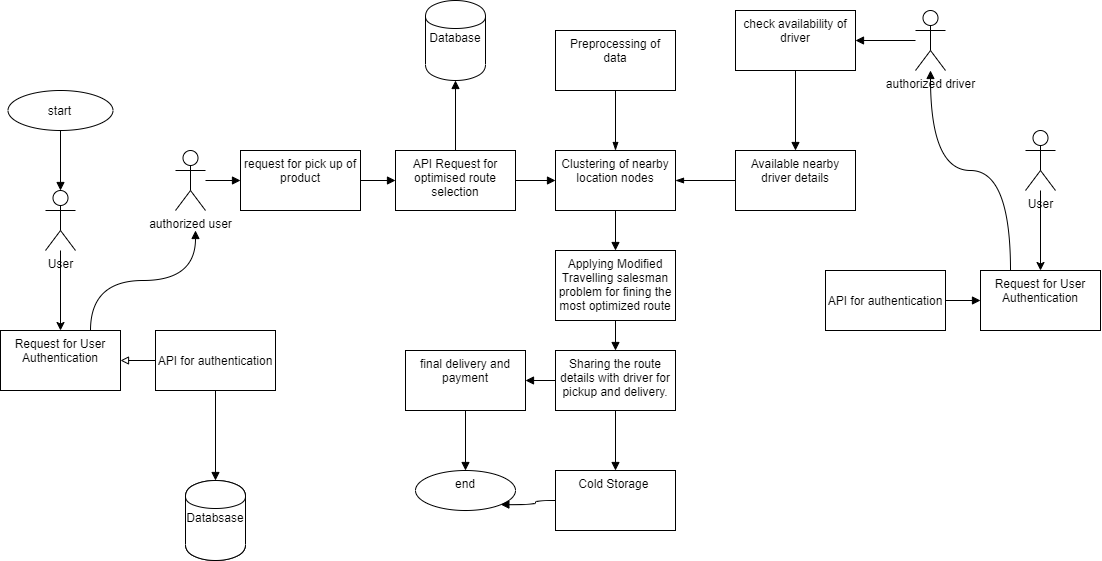
Above: documents/Diagrams/architectural diagram.png in meetb007/kissan-bandhu (draw.io), before the change. Source tidied: cells renumbered, new cells last; positions are measured from the earlier drawing's top-left corner, leaving out a move shared by most shapes.
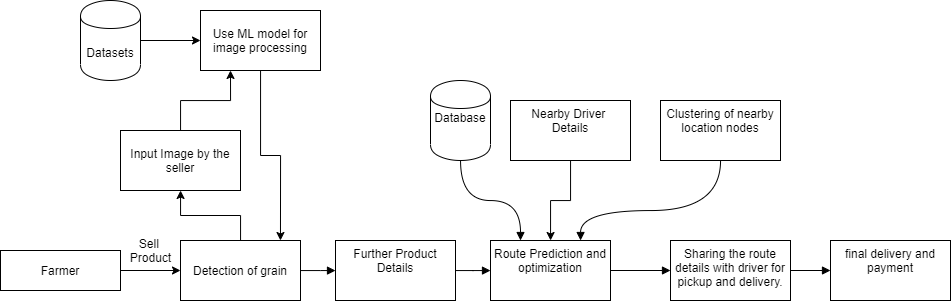
Later version of the same file.

Diff of the diagram source:
```diff
@@ -2,142 +2,87 @@
   <root>
     <mxCell id="0" />
     <mxCell id="1" parent="0" />
-    <mxCell id="2" style="edgeStyle=orthogonalEdgeStyle;rounded=0;jettySize=auto;html=1;" parent="1" edge="1" source="3" target="7">
-      <mxGeometry relative="1" as="geometry" />
-    </mxCell>
-    <mxCell id="3" value="User" style="shape=umlActor;verticalLabelPosition=bottom;verticalAlign=top;html=1;outlineConnect=0;" parent="1" vertex="1">
-      <mxGeometry x="45" y="190" width="30" height="60" as="geometry" />
-    </mxCell>
-    <mxCell id="4" style="edgeStyle=orthogonalEdgeStyle;rounded=0;jettySize=auto;html=1;entryX=0;entryY=0.5;entryDx=0;entryDy=0;endArrow=none;endFill=0;startArrow=block;startFill=0;" parent="1" edge="1" source="7" target="8">
-      <mxGeometry relative="1" as="geometry" />
-    </mxCell>
-    <mxCell id="5" style="edgeStyle=orthogonalEdgeStyle;curved=1;rounded=0;jettySize=auto;html=1;exitX=0.75;exitY=0;exitDx=0;exitDy=0;startArrow=none;startFill=0;endArrow=block;endFill=1;" parent="1" edge="1" source="7">
-      <mxGeometry relative="1" as="geometry">
-        <mxPoint x="195" y="230" as="targetPoint" />
-      </mxGeometry>
-    </mxCell>
-    <mxCell id="6" style="edgeStyle=orthogonalEdgeStyle;curved=1;rounded=0;jettySize=auto;html=1;startArrow=none;startFill=0;endArrow=block;endFill=1;exitX=0.5;exitY=1;exitDx=0;exitDy=0;" parent="1" edge="1" source="8" target="41">
-      <mxGeometry relative="1" as="geometry" />
-    </mxCell>
-    <mxCell id="7" value="Request for User Authentication" style="whiteSpace=wrap;html=1;verticalAlign=top;" parent="1" vertex="1">
-      <mxGeometry y="330" width="120" height="60" as="geometry" />
-    </mxCell>
-    <mxCell id="8" value="API for authentication" style="rounded=0;whiteSpace=wrap;html=1;" parent="1" vertex="1">
-      <mxGeometry x="155" y="330" width="120" height="60" as="geometry" />
-    </mxCell>
-    <mxCell id="9" style="edgeStyle=orthogonalEdgeStyle;curved=1;rounded=0;jettySize=auto;html=1;startArrow=none;startFill=0;endArrow=block;endFill=1;" parent="1" edge="1" source="10" target="12">
-      <mxGeometry relative="1" as="geometry" />
+    <mxCell id="9" style="edgeStyle=orthogonalEdgeStyle;curved=1;rounded=0;jettySize=auto;html=1;startArrow=none;startFill=0;endArrow=block;endFill=1;" parent="1" edge="1" target="12">
+      <mxGeometry relative="1" as="geometry">
+        <mxPoint x="205" y="180.1" as="sourcePoint" />
+      </mxGeometry>
     </mxCell>
-    <mxCell id="10" value="authorized user" style="shape=umlActor;verticalLabelPosition=bottom;verticalAlign=top;html=1;outlineConnect=0;" parent="1" vertex="1">
-      <mxGeometry x="175" y="150" width="30" height="60" as="geometry" />
-    </mxCell>
     <mxCell id="11" style="edgeStyle=orthogonalEdgeStyle;curved=1;rounded=0;jettySize=auto;html=1;startArrow=none;startFill=0;endArrow=block;endFill=1;" parent="1" edge="1" source="12" target="15">
       <mxGeometry relative="1" as="geometry" />
     </mxCell>
-    <mxCell id="12" value="request for pick up of product" style="whiteSpace=wrap;html=1;verticalAlign=top;" parent="1" vertex="1">
+    <mxCell id="12" value="Further Product Details" style="whiteSpace=wrap;html=1;verticalAlign=top;" parent="1" vertex="1">
       <mxGeometry x="240" y="150" width="120" height="60" as="geometry" />
     </mxCell>
-    <mxCell id="13" style="edgeStyle=orthogonalEdgeStyle;curved=1;rounded=0;jettySize=auto;html=1;startArrow=none;startFill=0;endArrow=block;endFill=1;" parent="1" edge="1" source="15" target="16">
+    <mxCell id="13" style="edgeStyle=orthogonalEdgeStyle;curved=1;rounded=0;jettySize=auto;html=1;startArrow=none;startFill=0;endArrow=block;endFill=1;entryX=0.25;entryY=0;entryDx=0;entryDy=0;" parent="1" edge="1" source="16" target="15">
       <mxGeometry relative="1" as="geometry" />
     </mxCell>
-    <mxCell id="14" style="edgeStyle=orthogonalEdgeStyle;curved=1;rounded=0;jettySize=auto;html=1;startArrow=none;startFill=0;endArrow=block;endFill=1;" parent="1" edge="1" source="15" target="20">
-      <mxGeometry relative="1" as="geometry" />
+    <mxCell id="14" style="edgeStyle=orthogonalEdgeStyle;curved=1;rounded=0;jettySize=auto;html=1;startArrow=none;startFill=0;endArrow=block;endFill=1;" parent="1" edge="1" source="20" target="15">
+      <mxGeometry relative="1" as="geometry">
+        <Array as="points">
+          <mxPoint x="625" y="120" />
+          <mxPoint x="485" y="120" />
+        </Array>
+      </mxGeometry>
     </mxCell>
+    <mxCell id="47" style="edgeStyle=orthogonalEdgeStyle;rounded=0;jettySize=auto;html=1;" parent="1" edge="1" source="59" target="15">
+      <mxGeometry relative="1" as="geometry" />
+    </mxCell>
-    <mxCell id="15" value="API Request for optimised route selection" style="whiteSpace=wrap;html=1;verticalAlign=top;" parent="1" vertex="1">
+    <mxCell id="15" value="Route Prediction and optimization" style="whiteSpace=wrap;html=1;verticalAlign=top;" parent="1" vertex="1">
       <mxGeometry x="395" y="150" width="120" height="60" as="geometry" />
     </mxCell>
     <mxCell id="16" value="Database" style="shape=cylinder;whiteSpace=wrap;html=1;boundedLbl=1;backgroundOutline=1;verticalAlign=top;" parent="1" vertex="1">
-      <mxGeometry x="425" width="60" height="80" as="geometry" />
+      <mxGeometry x="335" y="-10" width="60" height="80" as="geometry" />
     </mxCell>
-    <mxCell id="17" style="edgeStyle=orthogonalEdgeStyle;curved=1;rounded=0;jettySize=auto;html=1;startArrow=none;startFill=0;endArrow=block;endFill=1;" parent="1" edge="1" source="20" target="22">
-      <mxGeometry relative="1" as="geometry" />
-    </mxCell>
-    <mxCell id="18" style="edgeStyle=orthogonalEdgeStyle;curved=1;rounded=0;jettySize=auto;html=1;startArrow=blockThin;startFill=1;endArrow=none;endFill=0;" parent="1" edge="1" source="20" target="23">
-      <mxGeometry relative="1" as="geometry" />
-    </mxCell>
-    <mxCell id="19" style="edgeStyle=orthogonalEdgeStyle;curved=1;rounded=0;jettySize=auto;html=1;startArrow=blockThin;startFill=1;endArrow=none;endFill=0;" parent="1" edge="1" source="20" target="24">
-      <mxGeometry relative="1" as="geometry" />
-    </mxCell>
     <mxCell id="20" value="Clustering of nearby location nodes" style="whiteSpace=wrap;html=1;verticalAlign=top;" parent="1" vertex="1">
-      <mxGeometry x="555" y="150" width="120" height="60" as="geometry" />
+      <mxGeometry x="565" y="10" width="120" height="60" as="geometry" />
     </mxCell>
-    <mxCell id="21" style="edgeStyle=orthogonalEdgeStyle;curved=1;rounded=0;jettySize=auto;html=1;startArrow=none;startFill=0;endArrow=block;endFill=1;" parent="1" edge="1" source="22" target="27">
+    <mxCell id="21" style="edgeStyle=orthogonalEdgeStyle;curved=1;rounded=0;jettySize=auto;html=1;startArrow=none;startFill=0;endArrow=block;endFill=1;exitX=1;exitY=0.5;exitDx=0;exitDy=0;" parent="1" edge="1" source="15" target="27">
       <mxGeometry relative="1" as="geometry" />
     </mxCell>
-    <mxCell id="22" value="Applying Modified Travelling salesman problem for fining the most optimized route" style="whiteSpace=wrap;html=1;verticalAlign=top;" parent="1" vertex="1">
-      <mxGeometry x="555" y="250" width="120" height="70" as="geometry" />
-    </mxCell>
-    <mxCell id="23" value="Available nearby driver details" style="whiteSpace=wrap;html=1;verticalAlign=top;" parent="1" vertex="1">
-      <mxGeometry x="735" y="150" width="120" height="60" as="geometry" />
-    </mxCell>
-    <mxCell id="24" value="Preprocessing of&lt;br&gt;data" style="whiteSpace=wrap;html=1;verticalAlign=top;" parent="1" vertex="1">
-      <mxGeometry x="555" y="30" width="120" height="60" as="geometry" />
-    </mxCell>
-    <mxCell id="25" style="edgeStyle=orthogonalEdgeStyle;curved=1;rounded=0;jettySize=auto;html=1;startArrow=none;startFill=0;endArrow=block;endFill=1;" parent="1" edge="1" source="27" target="31">
+    <mxCell id="25" style="edgeStyle=orthogonalEdgeStyle;rounded=0;jettySize=auto;html=1;startArrow=none;startFill=0;endArrow=block;endFill=1;" parent="1" edge="1" source="27" target="31">
       <mxGeometry relative="1" as="geometry" />
     </mxCell>
-    <mxCell id="26" style="edgeStyle=orthogonalEdgeStyle;curved=1;rounded=0;jettySize=auto;html=1;startArrow=none;startFill=0;endArrow=block;endFill=1;" parent="1" edge="1" source="27" target="46">
-      <mxGeometry relative="1" as="geometry" />
-    </mxCell>
     <mxCell id="27" value="Sharing the route details with driver for pickup and delivery." style="whiteSpace=wrap;html=1;verticalAlign=top;" parent="1" vertex="1">
-      <mxGeometry x="555" y="350" width="120" height="60" as="geometry" />
+      <mxGeometry x="575" y="150" width="120" height="60" as="geometry" />
     </mxCell>
-    <mxCell id="28" style="edgeStyle=orthogonalEdgeStyle;curved=1;rounded=0;jettySize=auto;html=1;startArrow=none;startFill=0;endArrow=block;endFill=1;" parent="1" edge="1" source="29" target="3">
-      <mxGeometry relative="1" as="geometry" />
-    </mxCell>
-    <mxCell id="29" value="start" style="ellipse;whiteSpace=wrap;html=1;" parent="1" vertex="1">
-      <mxGeometry x="7.5" y="90" width="105" height="40" as="geometry" />
-    </mxCell>
-    <mxCell id="30" style="edgeStyle=orthogonalEdgeStyle;curved=1;rounded=0;jettySize=auto;html=1;startArrow=none;startFill=0;endArrow=block;endFill=1;" parent="1" edge="1" source="31" target="32">
-      <mxGeometry relative="1" as="geometry" />
-    </mxCell>
     <mxCell id="31" value="final delivery and payment" style="whiteSpace=wrap;html=1;verticalAlign=top;" parent="1" vertex="1">
-      <mxGeometry x="405" y="350" width="120" height="60" as="geometry" />
+      <mxGeometry x="735" y="150" width="120" height="60" as="geometry" />
     </mxCell>
-    <mxCell id="32" value="end" style="ellipse;whiteSpace=wrap;html=1;verticalAlign=top;" parent="1" vertex="1">
-      <mxGeometry x="415" y="470" width="100" height="40" as="geometry" />
-    </mxCell>
-    <mxCell id="33" style="edgeStyle=orthogonalEdgeStyle;rounded=0;jettySize=auto;html=1;" parent="1" edge="1" source="34" target="36">
-      <mxGeometry relative="1" as="geometry" />
-    </mxCell>
-    <mxCell id="34" value="User" style="shape=umlActor;verticalLabelPosition=bottom;verticalAlign=top;html=1;outlineConnect=0;" parent="1" vertex="1">
-      <mxGeometry x="1025" y="130" width="30" height="60" as="geometry" />
-    </mxCell>
-    <mxCell id="35" style="edgeStyle=orthogonalEdgeStyle;curved=1;rounded=0;jettySize=auto;html=1;exitX=0.25;exitY=0;exitDx=0;exitDy=0;startArrow=none;startFill=0;endArrow=block;endFill=1;" parent="1" edge="1" source="36" target="38">
-      <mxGeometry relative="1" as="geometry" />
-    </mxCell>
-    <mxCell id="36" value="Request for User Authentication" style="whiteSpace=wrap;html=1;verticalAlign=top;" parent="1" vertex="1">
-      <mxGeometry x="980" y="270" width="120" height="60" as="geometry" />
-    </mxCell>
-    <mxCell id="37" style="edgeStyle=orthogonalEdgeStyle;curved=1;rounded=0;jettySize=auto;html=1;startArrow=none;startFill=0;endArrow=block;endFill=1;" parent="1" edge="1" source="38" target="40">
-      <mxGeometry relative="1" as="geometry" />
-    </mxCell>
-    <mxCell id="38" value="authorized driver" style="shape=umlActor;verticalLabelPosition=bottom;verticalAlign=top;html=1;outlineConnect=0;" parent="1" vertex="1">
-      <mxGeometry x="915" y="10" width="30" height="60" as="geometry" />
-    </mxCell>
-    <mxCell id="39" style="edgeStyle=orthogonalEdgeStyle;curved=1;rounded=0;jettySize=auto;html=1;entryX=0.5;entryY=0;entryDx=0;entryDy=0;startArrow=none;startFill=0;endArrow=block;endFill=1;" parent="1" edge="1" source="40" target="23">
-      <mxGeometry relative="1" as="geometry" />
-    </mxCell>
-    <mxCell id="40" value="check availability of driver" style="whiteSpace=wrap;html=1;verticalAlign=top;" parent="1" vertex="1">
-      <mxGeometry x="735" y="10" width="120" height="60" as="geometry" />
-    </mxCell>
-    <mxCell id="41" value="Databsase" style="shape=cylinder;whiteSpace=wrap;html=1;boundedLbl=1;backgroundOutline=1;verticalAlign=top;" parent="1" vertex="1">
-      <mxGeometry x="185" y="480" width="60" height="80" as="geometry" />
-    </mxCell>
-    <mxCell id="42" style="edgeStyle=orthogonalEdgeStyle;curved=1;rounded=0;jettySize=auto;html=1;startArrow=none;startFill=0;endArrow=block;endFill=1;" parent="1" edge="1" source="43" target="36">
-      <mxGeometry relative="1" as="geometry" />
-    </mxCell>
-    <mxCell id="43" value="API for authentication" style="rounded=0;whiteSpace=wrap;html=1;" parent="1" vertex="1">
-      <mxGeometry x="825" y="270" width="120" height="60" as="geometry" />
-    </mxCell>
-    <mxCell id="44" value="Databsase" style="shape=cylinder;whiteSpace=wrap;html=1;boundedLbl=1;backgroundOutline=1;verticalAlign=top;" parent="1" vertex="1">
-      <mxGeometry x="185" y="480" width="60" height="80" as="geometry" />
-    </mxCell>
-    <mxCell id="45" style="edgeStyle=orthogonalEdgeStyle;curved=1;rounded=0;jettySize=auto;html=1;entryX=1;entryY=1;entryDx=0;entryDy=0;startArrow=none;startFill=0;endArrow=block;endFill=1;" parent="1" edge="1" source="46" target="32">
-      <mxGeometry relative="1" as="geometry" />
-    </mxCell>
-    <mxCell id="46" value="Cold Storage&amp;nbsp;" style="whiteSpace=wrap;html=1;verticalAlign=top;" parent="1" vertex="1">
-      <mxGeometry x="555" y="470" width="120" height="60" as="geometry" />
-    </mxCell>
+    <mxCell id="48" style="edgeStyle=orthogonalEdgeStyle;rounded=0;jettySize=auto;html=1;" parent="1" edge="1" source="49" target="51">
+      <mxGeometry relative="1" as="geometry" />
+    </mxCell>
+    <mxCell id="49" value="Farmer" style="rounded=0;whiteSpace=wrap;html=1;" parent="1" vertex="1">
+      <mxGeometry x="-95" y="160" width="120" height="40" as="geometry" />
+    </mxCell>
+    <mxCell id="50" style="edgeStyle=orthogonalEdgeStyle;rounded=0;jettySize=auto;html=1;" parent="1" edge="1" source="51" target="54">
+      <mxGeometry relative="1" as="geometry" />
+    </mxCell>
+    <mxCell id="51" value="Detection of grain" style="rounded=0;whiteSpace=wrap;html=1;" parent="1" vertex="1">
+      <mxGeometry x="85" y="150" width="120" height="60" as="geometry" />
+    </mxCell>
+    <mxCell id="52" value="Sell &lt;br&gt;Product" style="text;html=1;align=center;verticalAlign=middle;" parent="1" vertex="1">
+      <mxGeometry x="25" y="145" width="60" height="30" as="geometry" />
+    </mxCell>
+    <mxCell id="53" style="edgeStyle=orthogonalEdgeStyle;rounded=0;jettySize=auto;html=1;entryX=0.25;entryY=1;entryDx=0;entryDy=0;" parent="1" edge="1" source="54" target="57">
+      <mxGeometry relative="1" as="geometry" />
+    </mxCell>
+    <mxCell id="54" value="Input Image by the seller" style="rounded=0;whiteSpace=wrap;html=1;" parent="1" vertex="1">
+      <mxGeometry x="25" y="40" width="120" height="60" as="geometry" />
+    </mxCell>
+    <mxCell id="55" style="edgeStyle=orthogonalEdgeStyle;rounded=0;jettySize=auto;html=1;" parent="1" edge="1" source="58" target="57">
+      <mxGeometry relative="1" as="geometry" />
+    </mxCell>
+    <mxCell id="56" style="edgeStyle=orthogonalEdgeStyle;rounded=0;jettySize=auto;html=1;entryX=0.833;entryY=0;entryDx=0;entryDy=0;entryPerimeter=0;" parent="1" edge="1" source="57" target="51">
+      <mxGeometry relative="1" as="geometry" />
+    </mxCell>
+    <mxCell id="57" value="Use ML model for image processing" style="rounded=0;whiteSpace=wrap;html=1;" parent="1" vertex="1">
+      <mxGeometry x="105" y="-80" width="120" height="60" as="geometry" />
+    </mxCell>
+    <mxCell id="58" value="Datasets" style="shape=cylinder;whiteSpace=wrap;html=1;boundedLbl=1;backgroundOutline=1;rounded=0;" parent="1" vertex="1">
+      <mxGeometry x="-15" y="-90" width="60" height="80" as="geometry" />
+    </mxCell>
+    <mxCell id="59" value="Nearby Driver &lt;br&gt;Details" style="whiteSpace=wrap;html=1;verticalAlign=top;" parent="1" vertex="1">
+      <mxGeometry x="415" y="10" width="120" height="60" as="geometry" />
+    </mxCell>
   </root>
 </mxGraphModel>
```
